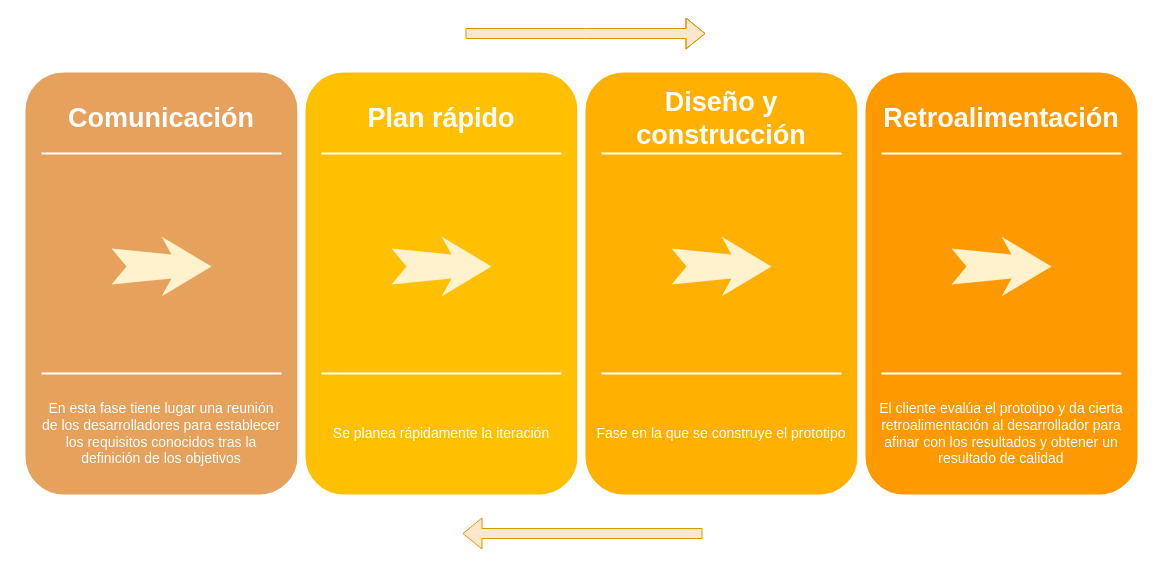
Above: Untitled Diagram.drawio in alonsodiaxz/Cliente-Multimedia (draw.io), before the change. Source tidied: cells renumbered, new cells numbered last; positions are measured from the earlier drawing's top-left corner, leaving out a move shared by most shapes. Both pictures are drawn from the tidied source at 100%, with x=0, y=0 at pixel (21, 33).
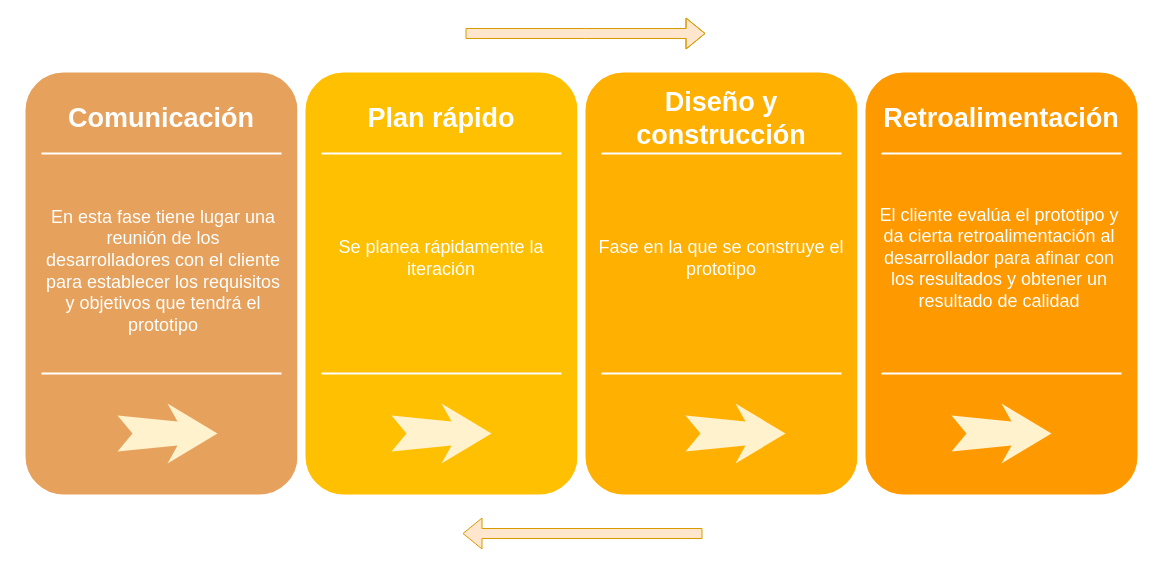
The same page after the edit.

Change to the diagram source:
```diff
@@
-    <mxCell id="4" value="En esta fase tiene lugar una reunión de los desarrolladores para establecer los requisitos conocidos tras la definición de los objetivos" style="text;html=1;strokeColor=none;fillColor=none;align=center;verticalAlign=middle;whiteSpace=wrap;rounded=0;shadow=0;fontSize=14;fontColor=#FFFFFF;" parent="1" vertex="1">
-      <mxGeometry x="18" y="362.5" width="244" height="75" as="geometry" />
+    <mxCell id="4" value="&lt;font style=&quot;font-size: 18px;&quot;&gt;En esta fase tiene lugar una reunión de los desarrolladores con el cliente para establecer los requisitos y objetivos que tendrá el prototipo&lt;/font&gt;" style="text;html=1;strokeColor=none;fillColor=none;align=center;verticalAlign=middle;whiteSpace=wrap;rounded=0;shadow=0;fontSize=14;fontColor=#FFFFFF;" parent="1" vertex="1">
+      <mxGeometry x="20" y="200" width="244" height="75" as="geometry" />
     </mxCell>
@@
     <mxCell id="7" style="html=1;shadow=0;dashed=0;align=center;verticalAlign=middle;shape=mxgraph.arrows2.stylisedArrow;dy=0.6;dx=40;notch=15;feather=0.4;rounded=0;strokeWidth=1;fontSize=27;strokeColor=none;fillColor=#fff2cc;" parent="1" vertex="1">
-      <mxGeometry x="90" y="203" width="100" height="60" as="geometry" />
+      <mxGeometry x="96" y="370" width="100" height="60" as="geometry" />
     </mxCell>
@@
-    <mxCell id="10" value="Se planea rápidamente la iteración" style="text;html=1;strokeColor=none;fillColor=none;align=center;verticalAlign=middle;whiteSpace=wrap;rounded=0;shadow=0;fontSize=14;fontColor=#FFFFFF;" parent="1" vertex="1">
-      <mxGeometry x="280" y="355" width="280" height="90" as="geometry" />
+    <mxCell id="10" value="&lt;font style=&quot;font-size: 18px;&quot;&gt;Se planea rápidamente la iteración&lt;/font&gt;" style="text;html=1;strokeColor=none;fillColor=none;align=center;verticalAlign=middle;whiteSpace=wrap;rounded=0;shadow=0;fontSize=14;fontColor=#FFFFFF;strokeWidth=6;" parent="1" vertex="1">
+      <mxGeometry x="280" y="180" width="280" height="90" as="geometry" />
     </mxCell>
@@
     <mxCell id="13" style="html=1;shadow=0;dashed=0;align=center;verticalAlign=middle;shape=mxgraph.arrows2.stylisedArrow;dy=0.6;dx=40;notch=15;feather=0.4;rounded=0;strokeWidth=1;fontSize=27;strokeColor=none;fillColor=#fff2cc;" parent="1" vertex="1">
-      <mxGeometry x="370" y="203" width="100" height="60" as="geometry" />
+      <mxGeometry x="370" y="370" width="100" height="60" as="geometry" />
     </mxCell>
@@
-    <mxCell id="16" value="Fase en la que se construye el prototipo" style="text;html=1;strokeColor=none;fillColor=none;align=center;verticalAlign=middle;whiteSpace=wrap;rounded=0;shadow=0;fontSize=14;fontColor=#FFFFFF;" parent="1" vertex="1">
-      <mxGeometry x="560" y="355" width="280" height="90" as="geometry" />
+    <mxCell id="16" value="&lt;font style=&quot;font-size: 18px;&quot;&gt;Fase en la que se construye el prototipo&lt;/font&gt;" style="text;html=1;strokeColor=none;fillColor=none;align=center;verticalAlign=middle;whiteSpace=wrap;rounded=0;shadow=0;fontSize=14;fontColor=#FFFFFF;" parent="1" vertex="1">
+      <mxGeometry x="560" y="180" width="280" height="90" as="geometry" />
     </mxCell>
@@
     <mxCell id="19" style="html=1;shadow=0;dashed=0;align=center;verticalAlign=middle;shape=mxgraph.arrows2.stylisedArrow;dy=0.6;dx=40;notch=15;feather=0.4;rounded=0;strokeWidth=1;fontSize=27;strokeColor=none;fillColor=#fff2cc;" parent="1" vertex="1">
-      <mxGeometry x="650" y="203" width="100" height="60" as="geometry" />
+      <mxGeometry x="664" y="370" width="100" height="60" as="geometry" />
     </mxCell>
@@
-    <mxCell id="22" value="El cliente evalúa el prototipo y da cierta retroalimentación al desarrollador para afinar con los resultados y obtener un resultado de calidad" style="text;html=1;strokeColor=none;fillColor=none;align=center;verticalAlign=middle;whiteSpace=wrap;rounded=0;shadow=0;fontSize=14;fontColor=#FFFFFF;" parent="1" vertex="1">
-      <mxGeometry x="840" y="355" width="280" height="90" as="geometry" />
+    <mxCell id="22" value="&lt;font style=&quot;font-size: 18px;&quot;&gt;El cliente evalúa el prototipo y da cierta retroalimentación al desarrollador para afinar con los resultados y obtener un resultado de calidad&lt;/font&gt;" style="text;html=1;strokeColor=none;fillColor=none;align=center;verticalAlign=middle;whiteSpace=wrap;rounded=0;shadow=0;fontSize=14;fontColor=#FFFFFF;" parent="1" vertex="1">
+      <mxGeometry x="856" y="180" width="244" height="90" as="geometry" />
     </mxCell>
@@
     <mxCell id="25" style="html=1;shadow=0;dashed=0;align=center;verticalAlign=middle;shape=mxgraph.arrows2.stylisedArrow;dy=0.6;dx=40;notch=15;feather=0.4;rounded=0;strokeWidth=1;fontSize=27;strokeColor=none;fillColor=#fff2cc;" parent="1" vertex="1">
-      <mxGeometry x="930" y="203" width="100" height="60" as="geometry" />
+      <mxGeometry x="930" y="370" width="100" height="60" as="geometry" />
     </mxCell>
```
